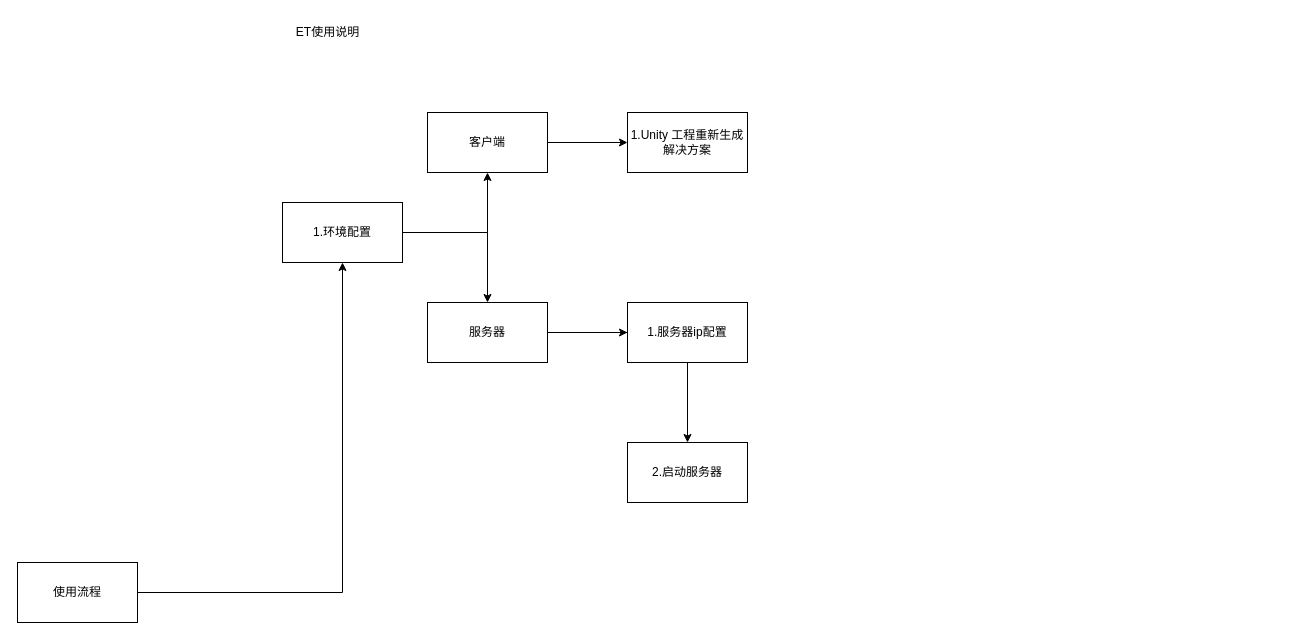
This is ET/ET使用.drawio from xzp3094997376/DrawIO, a draw.io file, before an edit. Source tidied: cells renumbered, new cells numbered last; positions are measured from the earlier drawing's top-left corner, leaving out a move shared by most shapes. Both pictures are drawn from the tidied source at 100%, with x=0, y=0 at pixel (17, 17).
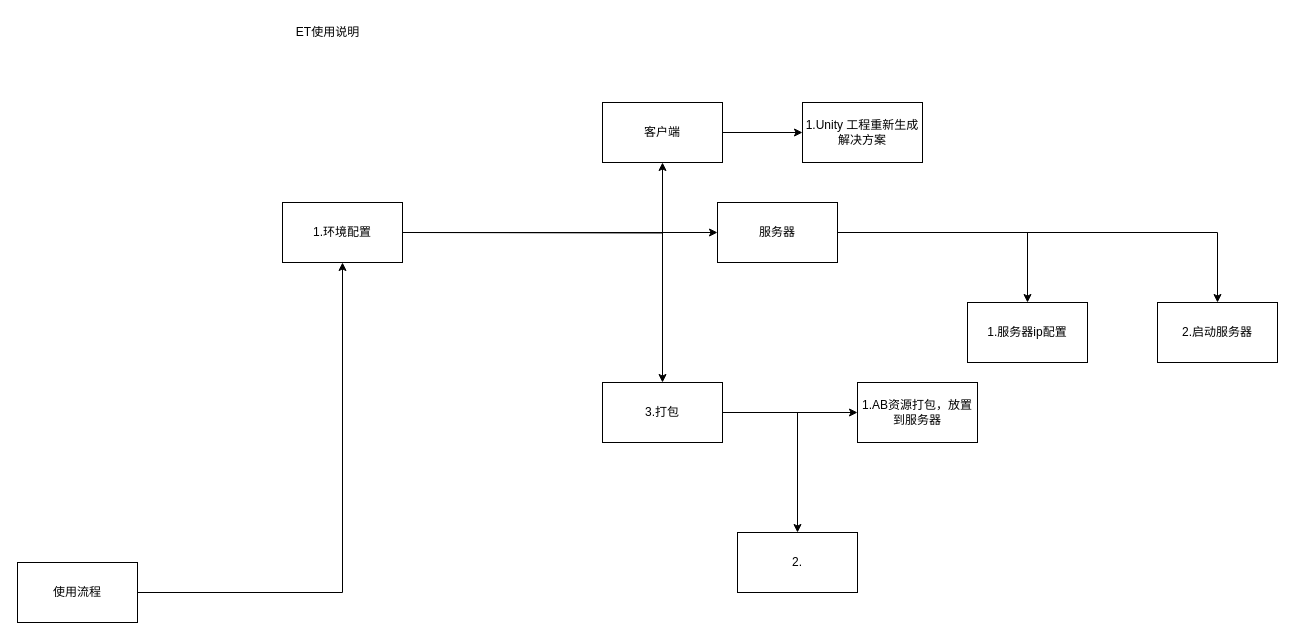
After the change.

The change refers to these unchanged cells:
```xml
<mxCell id="7" value="1.环境配置" style="whiteSpace=wrap;html=1;" parent="1" vertex="1">
  <mxGeometry x="265" y="185" width="120" height="60" as="geometry" />
</mxCell>
```

The edit, as a diff of the source:
```diff
@@
-    <mxCell id="5" style="edgeStyle=orthogonalEdgeStyle;rounded=0;jettySize=auto;html=1;" parent="1" edge="1" source="7" target="9">
-      <mxGeometry relative="1" as="geometry" />
+    <mxCell id="5" style="edgeStyle=orthogonalEdgeStyle;rounded=0;jettySize=auto;html=1;" parent="1" edge="1" target="9">
+      <mxGeometry relative="1" as="geometry">
+        <mxPoint x="390" y="215" as="sourcePoint" />
+      </mxGeometry>
     </mxCell>
-    <mxCell id="6" style="edgeStyle=orthogonalEdgeStyle;rounded=0;jettySize=auto;html=1;" parent="1" edge="1" source="7" target="12">
+    <mxCell id="6" style="edgeStyle=orthogonalEdgeStyle;rounded=0;jettySize=auto;html=1;exitX=1;exitY=0.5;exitDx=0;exitDy=0;" parent="1" edge="1" source="7" target="12">
       <mxGeometry relative="1" as="geometry" />
     </mxCell>
+    <mxCell id="16" style="edgeStyle=orthogonalEdgeStyle;rounded=0;jettySize=auto;html=1;" parent="1" edge="1" source="7" target="19">
+      <mxGeometry relative="1" as="geometry" />
+    </mxCell>
@@
     <mxCell id="9" value="客户端" style="whiteSpace=wrap;html=1;" parent="1" vertex="1">
-      <mxGeometry x="410" y="95" width="120" height="60" as="geometry" />
+      <mxGeometry x="585" y="85" width="120" height="60" as="geometry" />
     </mxCell>
@@
     <mxCell id="12" value="服务器" style="whiteSpace=wrap;html=1;" parent="1" vertex="1">
-      <mxGeometry x="410" y="285" width="120" height="60" as="geometry" />
+      <mxGeometry x="700" y="185" width="120" height="60" as="geometry" />
     </mxCell>
     <mxCell id="13" value="1.Unity 工程重新生成解决方案" style="whiteSpace=wrap;html=1;" parent="1" vertex="1">
-      <mxGeometry x="610" y="95" width="120" height="60" as="geometry" />
+      <mxGeometry x="785" y="85" width="120" height="60" as="geometry" />
     </mxCell>
     <mxCell id="14" value="1.服务器ip配置" style="whiteSpace=wrap;html=1;" parent="1" vertex="1">
-      <mxGeometry x="610" y="285" width="120" height="60" as="geometry" />
+      <mxGeometry x="950" y="285" width="120" height="60" as="geometry" />
     </mxCell>
     <mxCell id="15" value="2.启动服务器" style="whiteSpace=wrap;html=1;" parent="1" vertex="1">
-      <mxGeometry x="610" y="425" width="120" height="60" as="geometry" />
+      <mxGeometry x="1140" y="285" width="120" height="60" as="geometry" />
     </mxCell>
+    <mxCell id="17" style="edgeStyle=orthogonalEdgeStyle;rounded=0;jettySize=auto;html=1;" parent="1" edge="1" source="19" target="20">
+      <mxGeometry relative="1" as="geometry" />
+    </mxCell>
+    <mxCell id="18" style="edgeStyle=orthogonalEdgeStyle;rounded=0;jettySize=auto;html=1;" parent="1" edge="1" source="19" target="21">
+      <mxGeometry relative="1" as="geometry" />
+    </mxCell>
+    <mxCell id="19" value="3.打包" style="whiteSpace=wrap;html=1;" parent="1" vertex="1">
+      <mxGeometry x="585" y="365" width="120" height="60" as="geometry" />
+    </mxCell>
+    <mxCell id="20" value="1.AB资源打包，放置到服务器" style="whiteSpace=wrap;html=1;" parent="1" vertex="1">
+      <mxGeometry x="840" y="365" width="120" height="60" as="geometry" />
+    </mxCell>
+    <mxCell id="21" value="2." style="whiteSpace=wrap;html=1;" parent="1" vertex="1">
+      <mxGeometry x="720" y="515" width="120" height="60" as="geometry" />
+    </mxCell>
```
